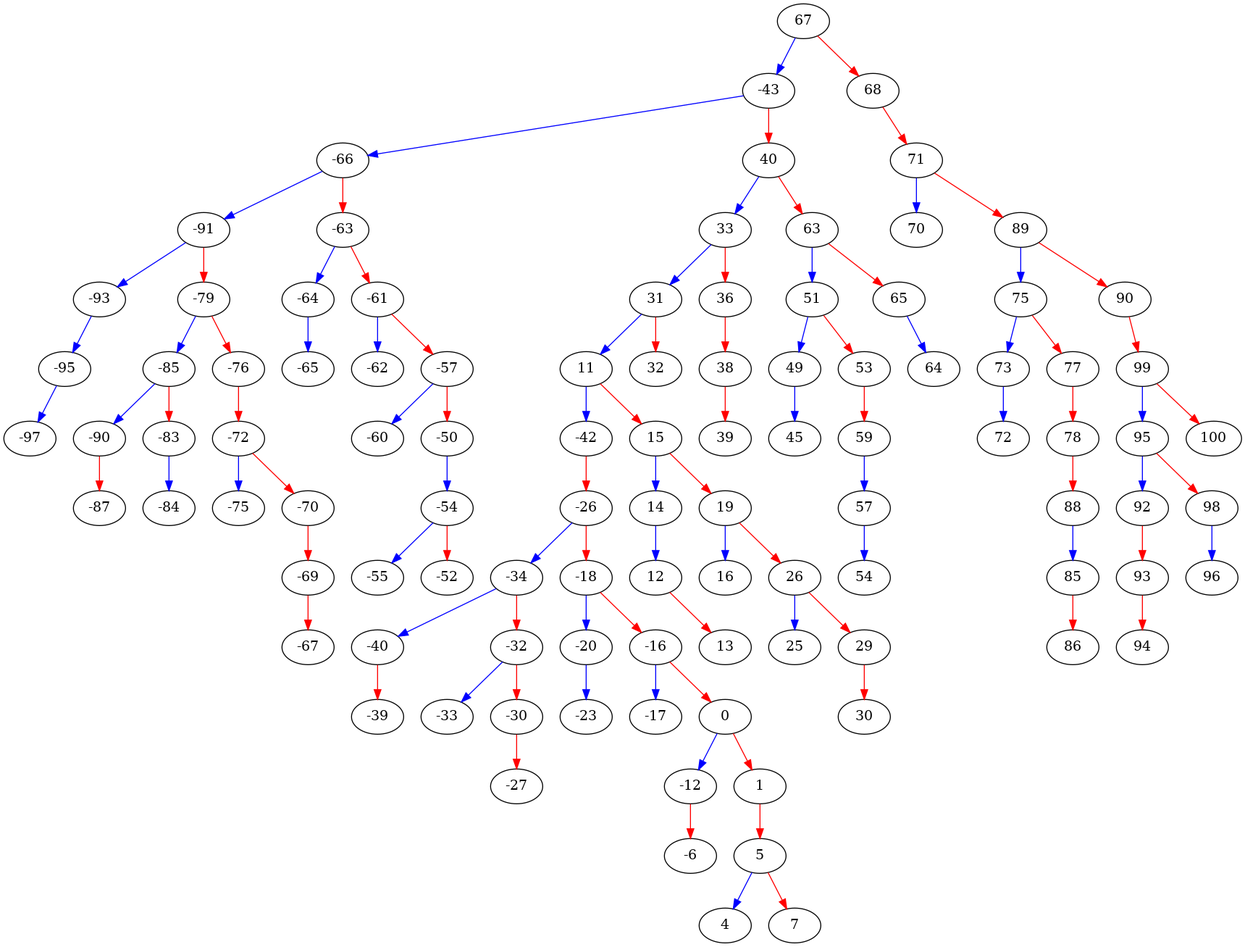
Earlier version of the Graphviz export lab_06_01/visual.png (Lesa-yps/TISD). Its source is kept beside it as lab_06_01/visual.gv.
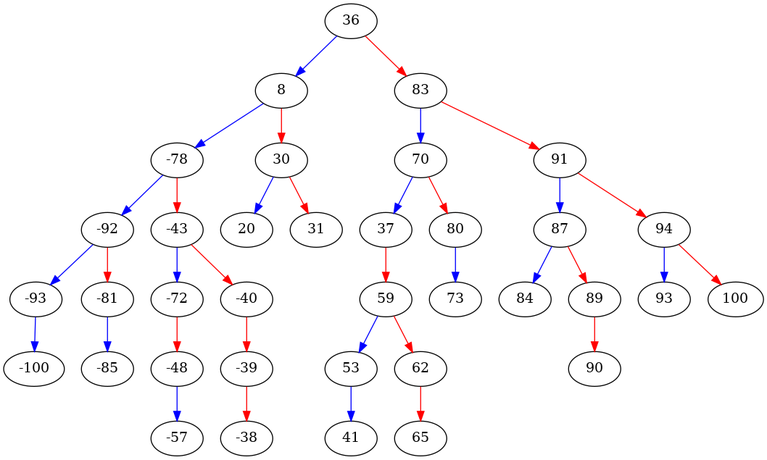
The same diagram one commit later.

What changed in the source:
```diff
@@ -1,101 +1,37 @@
 digraph visual_tree {
-67 -> -43 [color = blue];
-67 -> 68 [color = red];
--43 -> -66 [color = blue];
--43 -> 40 [color = red];
--66 -> -91 [color = blue];
--66 -> -63 [color = red];
--91 -> -93 [color = blue];
--91 -> -79 [color = red];
--93 -> -95 [color = blue];
--95 -> -97 [color = blue];
--79 -> -85 [color = blue];
--79 -> -76 [color = red];
--85 -> -90 [color = blue];
--85 -> -83 [color = red];
--90 -> -87 [color = red];
--83 -> -84 [color = blue];
--76 -> -72 [color = red];
--72 -> -75 [color = blue];
--72 -> -70 [color = red];
--70 -> -69 [color = red];
--69 -> -67 [color = red];
--63 -> -64 [color = blue];
--63 -> -61 [color = red];
--64 -> -65 [color = blue];
--61 -> -62 [color = blue];
--61 -> -57 [color = red];
--57 -> -60 [color = blue];
--57 -> -50 [color = red];
--50 -> -54 [color = blue];
--54 -> -55 [color = blue];
--54 -> -52 [color = red];
-40 -> 33 [color = blue];
-40 -> 63 [color = red];
-33 -> 31 [color = blue];
-33 -> 36 [color = red];
-31 -> 11 [color = blue];
-31 -> 32 [color = red];
-11 -> -42 [color = blue];
-11 -> 15 [color = red];
--42 -> -26 [color = red];
--26 -> -34 [color = blue];
--26 -> -18 [color = red];
--34 -> -40 [color = blue];
--34 -> -32 [color = red];
+36 -> 8 [color = blue];
+36 -> 83 [color = red];
+8 -> -78 [color = blue];
+8 -> 30 [color = red];
+-78 -> -92 [color = blue];
+-78 -> -43 [color = red];
+-92 -> -93 [color = blue];
+-92 -> -81 [color = red];
+-93 -> -100 [color = blue];
+-81 -> -85 [color = blue];
+-43 -> -72 [color = blue];
+-43 -> -40 [color = red];
+-72 -> -48 [color = red];
+-48 -> -57 [color = blue];
 -40 -> -39 [color = red];
--32 -> -33 [color = blue];
--32 -> -30 [color = red];
--30 -> -27 [color = red];
--18 -> -20 [color = blue];
--18 -> -16 [color = red];
--20 -> -23 [color = blue];
--16 -> -17 [color = blue];
--16 -> 0 [color = red];
-0 -> -12 [color = blue];
-0 -> 1 [color = red];
--12 -> -6 [color = red];
-1 -> 5 [color = red];
-5 -> 4 [color = blue];
-5 -> 7 [color = red];
-15 -> 14 [color = blue];
-15 -> 19 [color = red];
-14 -> 12 [color = blue];
-12 -> 13 [color = red];
-19 -> 16 [color = blue];
-19 -> 26 [color = red];
-26 -> 25 [color = blue];
-26 -> 29 [color = red];
-29 -> 30 [color = red];
-36 -> 38 [color = red];
-38 -> 39 [color = red];
-63 -> 51 [color = blue];
-63 -> 65 [color = red];
-51 -> 49 [color = blue];
-51 -> 53 [color = red];
-49 -> 45 [color = blue];
-53 -> 59 [color = red];
-59 -> 57 [color = blue];
-57 -> 54 [color = blue];
-65 -> 64 [color = blue];
-68 -> 71 [color = red];
-71 -> 70 [color = blue];
-71 -> 89 [color = red];
-89 -> 75 [color = blue];
+-39 -> -38 [color = red];
+30 -> 20 [color = blue];
+30 -> 31 [color = red];
+83 -> 70 [color = blue];
+83 -> 91 [color = red];
+70 -> 37 [color = blue];
+70 -> 80 [color = red];
+37 -> 59 [color = red];
+59 -> 53 [color = blue];
+59 -> 62 [color = red];
+53 -> 41 [color = blue];
+62 -> 65 [color = red];
+80 -> 73 [color = blue];
+91 -> 87 [color = blue];
+91 -> 94 [color = red];
+87 -> 84 [color = blue];
+87 -> 89 [color = red];
 89 -> 90 [color = red];
-75 -> 73 [color = blue];
-75 -> 77 [color = red];
-73 -> 72 [color = blue];
-77 -> 78 [color = red];
-78 -> 88 [color = red];
-88 -> 85 [color = blue];
-85 -> 86 [color = red];
-90 -> 99 [color = red];
-99 -> 95 [color = blue];
-99 -> 100 [color = red];
-95 -> 92 [color = blue];
-95 -> 98 [color = red];
-92 -> 93 [color = red];
-93 -> 94 [color = red];
-98 -> 96 [color = blue];
+94 -> 93 [color = blue];
+94 -> 100 [color = red];
 }
```
